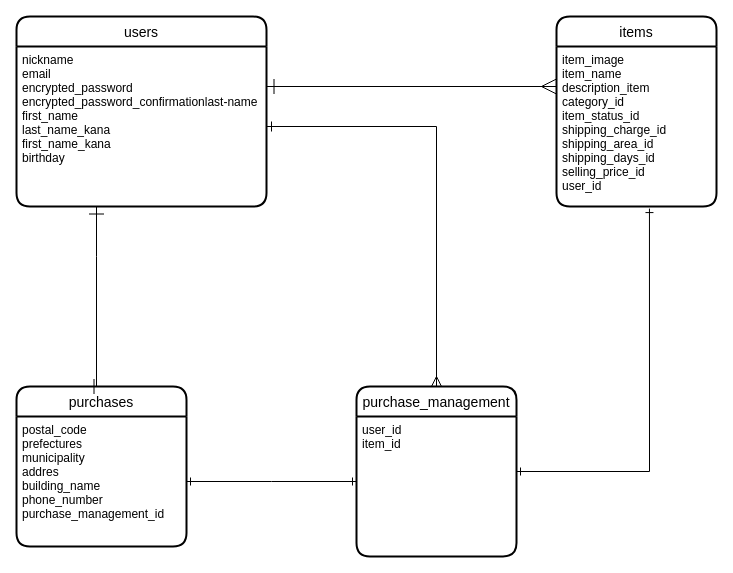
bkrcap/furima-35215 keeps this draw.io diagram as furima-35215.dio. Above is the earlier version. Source tidied: cells renumbered, new cells numbered last; positions are measured from the earlier drawing's top-left corner, leaving out a move shared by most shapes. Both pictures are drawn from the tidied source at 100%, with x=0, y=0 at pixel (16, 16).
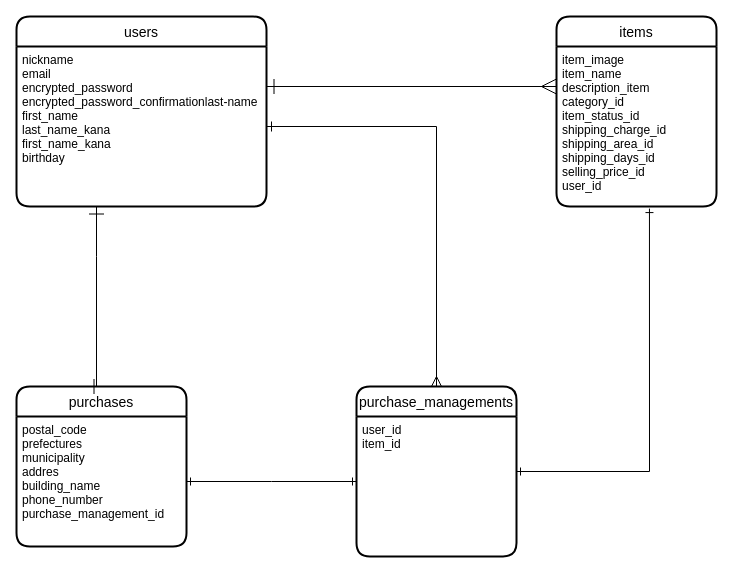
The same page after the edit.

Commit message (it also covers changes not shown here):
READ.meの修正(5回目)

The edit, as a diff of the source:
```diff
@@
 <mxGraphModel>
   <root>
     <mxCell id="0" />
     <mxCell id="1" parent="0" />
     <mxCell id="2" value="users" style="swimlane;horizontal=1;startSize=30;rounded=1;fontSize=14;fontStyle=0;strokeWidth=2;shadow=0;dashed=0;align=center;" parent="1" vertex="1">
       <mxGeometry width="250" height="190" as="geometry" />
     </mxCell>
     <mxCell id="3" value="nickname&#10;email&#10;encrypted_password&#10;encrypted_password_confirmationlast-name&#10;first_name&#10;last_name_kana&#10;first_name_kana&#10;birthday" style="align=left;strokeColor=none;fillColor=none;spacingLeft=4;fontSize=12;verticalAlign=top;" parent="2" vertex="1">
       <mxGeometry y="30" width="250" height="160" as="geometry" />
     </mxCell>
     <mxCell id="4" value="items" style="swimlane;horizontal=1;startSize=30;rounded=1;fontSize=14;fontStyle=0;strokeWidth=2;shadow=0;dashed=0;align=center;" parent="1" vertex="1">
       <mxGeometry x="540" width="160" height="190" as="geometry" />
     </mxCell>
     <mxCell id="5" value="item_image&#10;item_name&#10;description_item&#10;category_id&#10;item_status_id&#10;shipping_charge_id&#10;shipping_area_id&#10;shipping_days_id&#10;selling_price_id&#10;user_id" style="align=left;strokeColor=none;fillColor=none;spacingLeft=4;fontSize=12;verticalAlign=top;" parent="4" vertex="1">
       <mxGeometry y="30" width="160" height="160" as="geometry" />
     </mxCell>
     <mxCell id="6" value="purchases" style="swimlane;horizontal=1;startSize=30;rounded=1;fontSize=14;fontStyle=0;strokeWidth=2;shadow=0;dashed=0;align=center;" parent="1" vertex="1">
       <mxGeometry y="370" width="170" height="160" as="geometry" />
     </mxCell>
     <mxCell id="7" value="postal_code&#10;prefectures&#10;municipality&#10;addres&#10;building_name&#10;phone_number&#10;purchase_management_id" style="align=left;strokeColor=none;fillColor=none;spacingLeft=4;fontSize=12;verticalAlign=top;" parent="6" vertex="1">
       <mxGeometry y="30" width="170" height="130" as="geometry" />
     </mxCell>
     <mxCell id="8" style="edgeStyle=orthogonalEdgeStyle;rounded=0;jettySize=auto;html=1;startArrow=ERone;startFill=0;startSize=13;endArrow=ERmany;endFill=0;endSize=13;" parent="1" edge="1" source="3">
       <mxGeometry relative="1" as="geometry">
         <mxPoint x="540" y="70" as="targetPoint" />
         <Array as="points">
           <mxPoint x="540" y="70" />
         </Array>
       </mxGeometry>
     </mxCell>
     <mxCell id="9" style="edgeStyle=orthogonalEdgeStyle;rounded=0;jettySize=auto;html=1;entryX=0.5;entryY=0;entryDx=0;entryDy=0;startArrow=ERone;startFill=0;startSize=13;endArrow=ERone;endFill=0;endSize=13;" parent="1" edge="1" source="3" target="6">
       <mxGeometry relative="1" as="geometry">
         <Array as="points">
           <mxPoint x="80" y="240" />
           <mxPoint x="80" y="240" />
         </Array>
       </mxGeometry>
     </mxCell>
     <mxCell id="10" style="edgeStyle=orthogonalEdgeStyle;rounded=0;jettySize=auto;html=1;startArrow=ERone;startFill=0;endArrow=ERone;endFill=0;entryX=0.581;entryY=1.013;entryDx=0;entryDy=0;entryPerimeter=0;" parent="1" edge="1" source="11" target="5">
       <mxGeometry relative="1" as="geometry" />
     </mxCell>
-    <mxCell id="11" value="purchase_management" style="swimlane;horizontal=1;startSize=30;rounded=1;fontSize=14;fontStyle=0;strokeWidth=2;shadow=0;dashed=0;align=center;" parent="1" vertex="1">
+    <mxCell id="11" value="purchase_managements" style="swimlane;horizontal=1;startSize=30;rounded=1;fontSize=14;fontStyle=0;strokeWidth=2;shadow=0;dashed=0;align=center;" parent="1" vertex="1">
       <mxGeometry x="340" y="370" width="160" height="170" as="geometry" />
     </mxCell>
     <mxCell id="12" value="user_id&#10;item_id&#10;" style="align=left;strokeColor=none;fillColor=none;spacingLeft=4;fontSize=12;verticalAlign=top;" parent="11" vertex="1">
       <mxGeometry y="30" width="160" height="140" as="geometry" />
     </mxCell>
     <mxCell id="13" style="edgeStyle=orthogonalEdgeStyle;rounded=0;jettySize=auto;html=1;endArrow=ERone;endFill=0;startArrow=ERone;startFill=0;" parent="1" edge="1" source="7">
       <mxGeometry relative="1" as="geometry">
         <mxPoint x="340" y="465" as="targetPoint" />
       </mxGeometry>
     </mxCell>
     <mxCell id="14" style="edgeStyle=orthogonalEdgeStyle;rounded=0;jettySize=auto;html=1;startArrow=ERone;startFill=0;endArrow=ERmany;endFill=0;entryX=0.5;entryY=0;entryDx=0;entryDy=0;strokeWidth=1;startSize=8;endSize=8;" parent="1" edge="1" source="3" target="11">
       <mxGeometry relative="1" as="geometry" />
     </mxCell>
   </root>
 </mxGraphModel>
```
